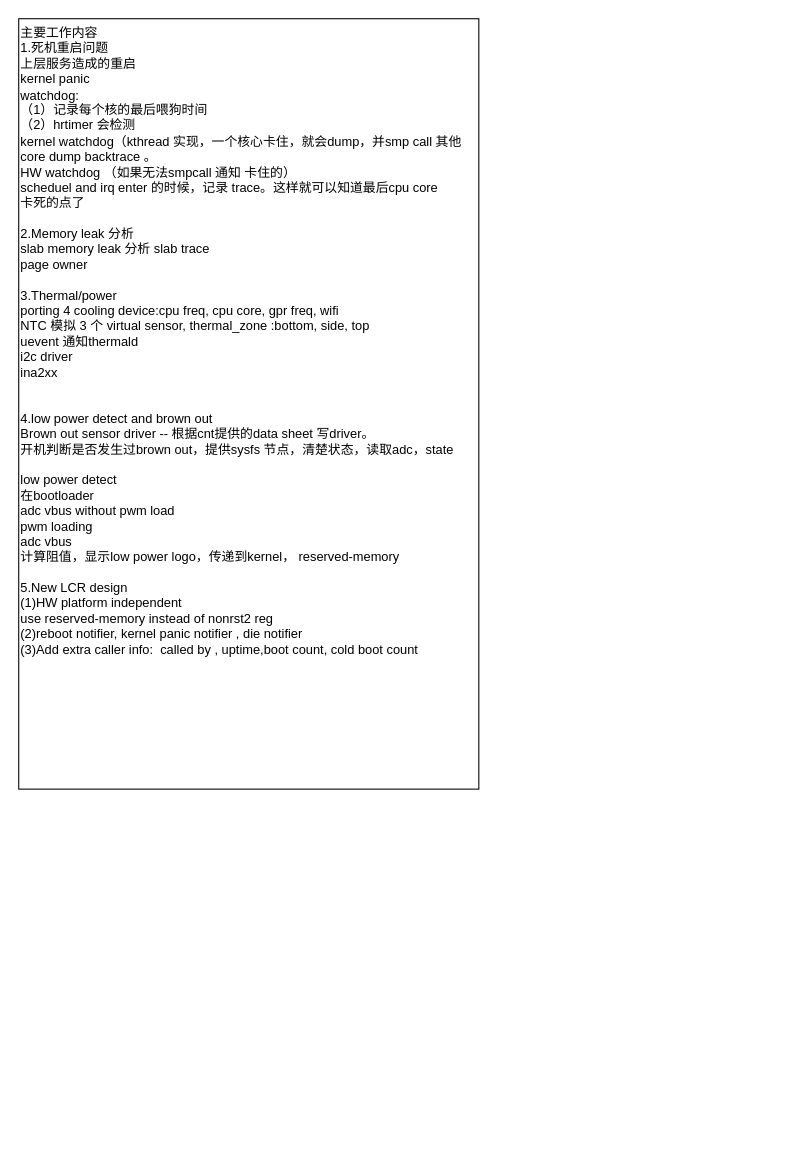
This is 工作经历.drawio from skyliangbogit/test, a draw.io file, before an edit. Source tidied: cells renumbered, new cells numbered last; positions are measured from the earlier drawing's top-left corner, leaving out a move shared by most shapes. Both pictures are drawn from the tidied source at 107%, with x=0, y=0 at pixel (18, 18).
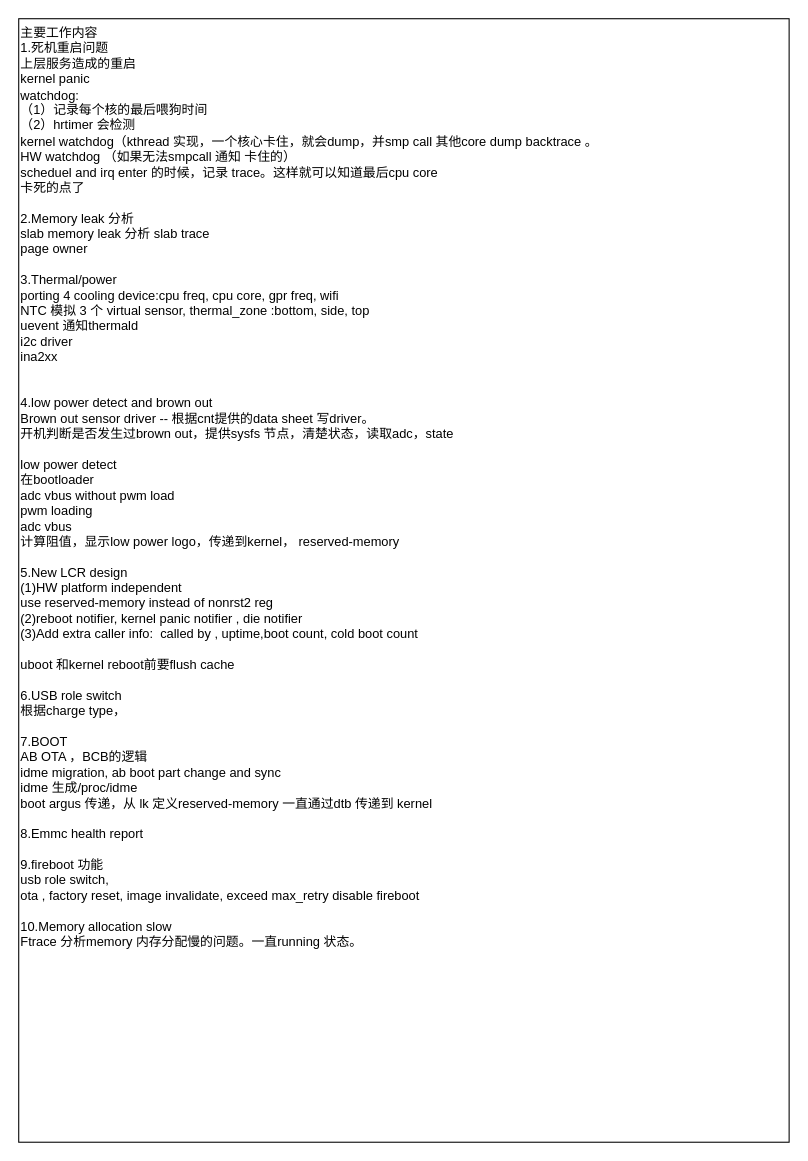
The same page after the edit.

Commit message (it also covers changes not shown here):
更新工作经历.drawio

Diff of the diagram source:
```diff
@@
 <mxGraphModel>
   <root>
     <mxCell id="0" />
     <mxCell id="1" parent="0" />
-    <mxCell id="2" value="主要工作内容&lt;div&gt;1.死机重启问题&lt;/div&gt;&lt;div&gt;上层服务造成的重启&lt;/div&gt;&lt;div&gt;kernel panic&lt;/div&gt;&lt;div&gt;watchdog:&amp;nbsp;&lt;/div&gt;&lt;div&gt;（1）记录每个核的最后喂狗时间&lt;/div&gt;&lt;div&gt;（2）hrtimer 会检测&lt;/div&gt;&lt;div&gt;kernel watchdog（kthread 实现，一个核心卡住，就会dump，并smp call 其他core dump backtrace&amp;nbsp;&lt;span style=&quot;background-color: transparent; color: light-dark(rgb(0, 0, 0), rgb(255, 255, 255));&quot;&gt;。&lt;/span&gt;&lt;/div&gt;&lt;div&gt;&lt;div&gt;HW watchdog （如果无法smpcall 通知 卡住的）&lt;/div&gt;&lt;div&gt;scheduel and irq enter 的时候，记录 trace。&lt;span style=&quot;background-color: transparent; color: light-dark(rgb(0, 0, 0), rgb(255, 255, 255));&quot;&gt;这样就可以知道最后cpu core&lt;/span&gt;&lt;/div&gt;&lt;div&gt;卡死的点了&lt;/div&gt;&lt;/div&gt;&lt;div&gt;&lt;br&gt;&lt;/div&gt;&lt;div&gt;2.Memory leak 分析&lt;/div&gt;&lt;div&gt;slab memory leak 分析 slab trace&lt;/div&gt;&lt;div&gt;page owner&lt;/div&gt;&lt;div&gt;&lt;br&gt;&lt;/div&gt;&lt;div&gt;3.Thermal/power&lt;/div&gt;&lt;div&gt;porting 4 cooling device:cpu freq, cpu core, gpr freq, wifi&lt;/div&gt;&lt;div&gt;NTC 模拟 3 个 virtual sensor, thermal_zone :bottom, side, top&lt;/div&gt;&lt;div&gt;uevent 通知thermald&lt;/div&gt;&lt;div&gt;i2c driver&lt;/div&gt;&lt;div&gt;ina2xx&amp;nbsp;&lt;/div&gt;&lt;div&gt;&lt;br&gt;&lt;/div&gt;&lt;div&gt;&lt;br&gt;&lt;/div&gt;&lt;div&gt;4.low power detect and brown out&lt;/div&gt;&lt;div&gt;Brown out sensor driver -- 根据cnt提供的data sheet 写driver。&lt;/div&gt;&lt;div&gt;开机判断是否发生过brown out，提供sysfs 节点，清楚状态，读取adc，state&lt;/div&gt;&lt;div&gt;&lt;br&gt;&lt;/div&gt;&lt;div&gt;low power detect&lt;/div&gt;&lt;div&gt;在bootloader&lt;/div&gt;&lt;div&gt;adc vbus without pwm load&lt;/div&gt;&lt;div&gt;pwm loading&lt;/div&gt;&lt;div&gt;adc vbus&lt;/div&gt;&lt;div&gt;计算阻值，显示low power logo，传递到kernel， reserved-memory&lt;/div&gt;&lt;div&gt;&lt;br&gt;&lt;/div&gt;&lt;div&gt;5.New LCR design&lt;/div&gt;&lt;div&gt;(1)HW platform independent&lt;/div&gt;&lt;div&gt;use reserved-memory instead of nonrst2 reg&lt;/div&gt;&lt;div&gt;(2)reboot notifier, kernel panic notifier , die notifier&lt;/div&gt;&lt;div&gt;(3)Add extra caller info:&amp;nbsp; called by , uptime,boot count, cold boot count&lt;/div&gt;&lt;div&gt;&lt;br&gt;&lt;/div&gt;&lt;div&gt;&lt;br&gt;&lt;/div&gt;&lt;div&gt;&lt;br&gt;&lt;/div&gt;" style="whiteSpace=wrap;html=1;align=left;verticalAlign=top;" parent="1" vertex="1">
-      <mxGeometry width="430" height="720" as="geometry" />
+    <mxCell id="2" value="主要工作内容&lt;div&gt;1.死机重启问题&lt;/div&gt;&lt;div&gt;上层服务造成的重启&lt;/div&gt;&lt;div&gt;kernel panic&lt;/div&gt;&lt;div&gt;watchdog:&amp;nbsp;&lt;/div&gt;&lt;div&gt;（1）记录每个核的最后喂狗时间&lt;/div&gt;&lt;div&gt;（2）hrtimer 会检测&lt;/div&gt;&lt;div&gt;kernel watchdog（kthread 实现，一个核心卡住，就会dump，并smp call 其他core dump backtrace&amp;nbsp;&lt;span style=&quot;background-color: transparent; color: light-dark(rgb(0, 0, 0), rgb(255, 255, 255));&quot;&gt;。&lt;/span&gt;&lt;/div&gt;&lt;div&gt;&lt;div&gt;HW watchdog （如果无法smpcall 通知 卡住的）&lt;/div&gt;&lt;div&gt;scheduel and irq enter 的时候，记录 trace。&lt;span style=&quot;background-color: transparent; color: light-dark(rgb(0, 0, 0), rgb(255, 255, 255));&quot;&gt;这样就可以知道最后cpu core&lt;/span&gt;&lt;/div&gt;&lt;div&gt;卡死的点了&lt;/div&gt;&lt;/div&gt;&lt;div&gt;&lt;br&gt;&lt;/div&gt;&lt;div&gt;2.Memory leak 分析&lt;/div&gt;&lt;div&gt;slab memory leak 分析 slab trace&lt;/div&gt;&lt;div&gt;page owner&lt;/div&gt;&lt;div&gt;&lt;br&gt;&lt;/div&gt;&lt;div&gt;3.Thermal/power&lt;/div&gt;&lt;div&gt;porting 4 cooling device:cpu freq, cpu core, gpr freq, wifi&lt;/div&gt;&lt;div&gt;NTC 模拟 3 个 virtual sensor, thermal_zone :bottom, side, top&lt;/div&gt;&lt;div&gt;uevent 通知thermald&lt;/div&gt;&lt;div&gt;i2c driver&lt;/div&gt;&lt;div&gt;ina2xx&amp;nbsp;&lt;/div&gt;&lt;div&gt;&lt;br&gt;&lt;/div&gt;&lt;div&gt;&lt;br&gt;&lt;/div&gt;&lt;div&gt;4.low power detect and brown out&lt;/div&gt;&lt;div&gt;Brown out sensor driver -- 根据cnt提供的data sheet 写driver。&lt;/div&gt;&lt;div&gt;开机判断是否发生过brown out，提供sysfs 节点，清楚状态，读取adc，state&lt;/div&gt;&lt;div&gt;&lt;br&gt;&lt;/div&gt;&lt;div&gt;low power detect&lt;/div&gt;&lt;div&gt;在bootloader&lt;/div&gt;&lt;div&gt;adc vbus without pwm load&lt;/div&gt;&lt;div&gt;pwm loading&lt;/div&gt;&lt;div&gt;adc vbus&lt;/div&gt;&lt;div&gt;计算阻值，显示low power logo，传递到kernel， reserved-memory&lt;/div&gt;&lt;div&gt;&lt;br&gt;&lt;/div&gt;&lt;div&gt;5.New LCR design&lt;/div&gt;&lt;div&gt;(1)HW platform independent&lt;/div&gt;&lt;div&gt;use reserved-memory instead of nonrst2 reg&lt;/div&gt;&lt;div&gt;(2)reboot notifier, kernel panic notifier , die notifier&lt;/div&gt;&lt;div&gt;(3)Add extra caller info:&amp;nbsp; called by , uptime,boot count, cold boot count&lt;/div&gt;&lt;div&gt;&lt;br&gt;&lt;/div&gt;&lt;div&gt;uboot 和kernel reboot前要flush cache&lt;/div&gt;&lt;div&gt;&lt;br&gt;&lt;/div&gt;&lt;div&gt;6.USB role switch&lt;/div&gt;&lt;div&gt;根据charge type，&lt;/div&gt;&lt;div&gt;&lt;br&gt;&lt;/div&gt;&lt;div&gt;7.BOOT&lt;/div&gt;&lt;div&gt;AB OTA ，BCB的逻辑&lt;/div&gt;&lt;div&gt;idme migration, ab boot part change and sync&lt;/div&gt;&lt;div&gt;idme 生成/proc/idme&lt;/div&gt;&lt;div&gt;boot argus 传递，从 lk 定义reserved-memory 一直通过dtb 传递到 kernel&lt;/div&gt;&lt;div&gt;&lt;br&gt;&lt;/div&gt;&lt;div&gt;8.Emmc health report&lt;/div&gt;&lt;div&gt;&lt;br&gt;&lt;/div&gt;&lt;div&gt;9.fireboot 功能&lt;/div&gt;&lt;div&gt;usb role switch,&lt;/div&gt;&lt;div&gt;ota , factory reset, image invalidate, exceed max_retry disable fireboot&lt;/div&gt;&lt;div&gt;&lt;br&gt;&lt;/div&gt;&lt;div&gt;10.Memory allocation slow&lt;/div&gt;&lt;div&gt;Ftrace 分析memory&amp;nbsp;&lt;span style=&quot;background-color: transparent; color: light-dark(rgb(0, 0, 0), rgb(255, 255, 255));&quot;&gt;内存&lt;/span&gt;&lt;span style=&quot;background-color: transparent; color: light-dark(rgb(0, 0, 0), rgb(255, 255, 255));&quot;&gt;分配慢的问题。一直running 状态。&lt;/span&gt;&lt;/div&gt;&lt;div&gt;&lt;br&gt;&lt;/div&gt;" style="whiteSpace=wrap;html=1;align=left;verticalAlign=top;" parent="1" vertex="1">
+      <mxGeometry width="720" height="1050" as="geometry" />
     </mxCell>
   </root>
 </mxGraphModel>
```
